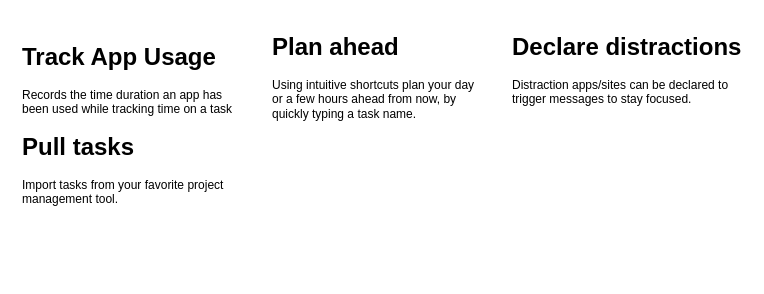
Before: timetracking-app.drawio in bsaranga/raw-idea-dump, a draw.io diagram. Source tidied: cells renumbered, new cells numbered last; positions are measured from the earlier drawing's top-left corner, leaving out a move shared by most shapes. Both pictures are drawn from the tidied source at 100%, with x=0, y=0 at pixel (17, 27).
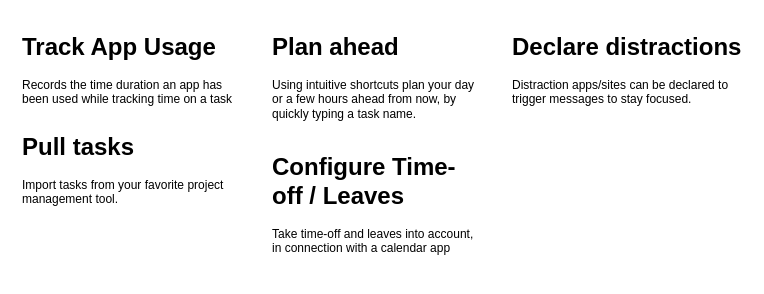
Above is the later version.

Diff of the diagram source:
```diff
@@
 <mxGraphModel>
   <root>
     <mxCell id="0" />
     <mxCell id="1" parent="0" />
     <mxCell id="2" value="&lt;h1&gt;Track App Usage&lt;/h1&gt;&lt;p&gt;Records the time duration an app has been used while tracking time on a task&lt;/p&gt;" style="text;html=1;strokeColor=none;fillColor=none;spacing=5;spacingTop=-20;whiteSpace=wrap;overflow=hidden;rounded=0;" parent="1" vertex="1">
-      <mxGeometry y="10" width="220" height="80" as="geometry" />
+      <mxGeometry width="220" height="80" as="geometry" />
     </mxCell>
     <mxCell id="3" value="&lt;h1&gt;Declare distractions&lt;/h1&gt;&lt;p&gt;Distraction apps/sites can be declared to trigger messages to stay focused.&lt;/p&gt;" style="text;html=1;strokeColor=none;fillColor=none;spacing=5;spacingTop=-20;whiteSpace=wrap;overflow=hidden;rounded=0;" parent="1" vertex="1">
       <mxGeometry x="490" width="240" height="80" as="geometry" />
     </mxCell>
     <mxCell id="4" value="&lt;h1&gt;Plan ahead&lt;/h1&gt;&lt;p&gt;Using intuitive shortcuts plan your day or a few hours ahead from now, by quickly typing a task name.&lt;/p&gt;" style="text;html=1;strokeColor=none;fillColor=none;spacing=5;spacingTop=-20;whiteSpace=wrap;overflow=hidden;rounded=0;" parent="1" vertex="1">
       <mxGeometry x="250" width="220" height="100" as="geometry" />
     </mxCell>
     <mxCell id="5" value="&lt;h1&gt;Pull tasks&lt;/h1&gt;&lt;p&gt;Import tasks from your favorite project management tool.&lt;/p&gt;" style="text;html=1;strokeColor=none;fillColor=none;spacing=5;spacingTop=-20;whiteSpace=wrap;overflow=hidden;rounded=0;" parent="1" vertex="1">
       <mxGeometry y="100" width="220" height="80" as="geometry" />
     </mxCell>
+    <mxCell id="6" value="&lt;h1&gt;Configure Time-off / Leaves&lt;/h1&gt;&lt;p&gt;Take time-off and leaves into account, in connection with a calendar app&lt;/p&gt;" style="text;html=1;strokeColor=none;fillColor=none;spacing=5;spacingTop=-20;whiteSpace=wrap;overflow=hidden;rounded=0;" parent="1" vertex="1">
+      <mxGeometry x="250" y="120" width="210" height="130" as="geometry" />
+    </mxCell>
   </root>
 </mxGraphModel>
```
